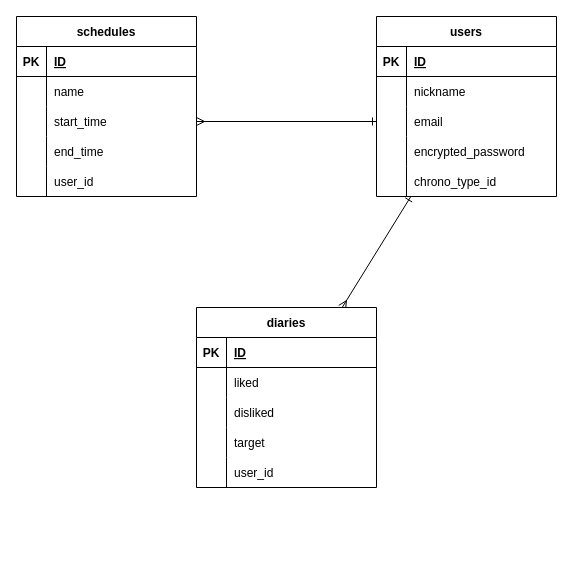
Above: db.dio in tjmax76/suprethm (draw.io), before the change. Source tidied: cells renumbered, new cells numbered last; positions are measured from the earlier drawing's top-left corner, leaving out a move shared by most shapes. Both pictures are drawn from the tidied source at 100%, with x=0, y=0 at pixel (16, 16).
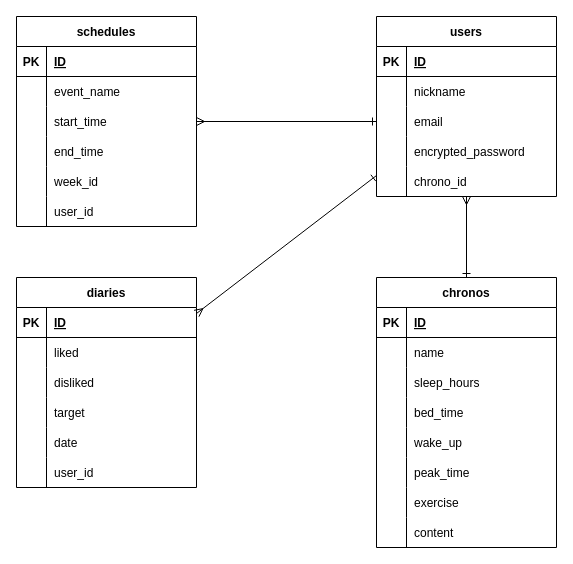
The same diagram, later.

The change refers to these unchanged cells:
```xml
<mxCell id="6" style="shape=tableRow;horizontal=0;startSize=0;swimlaneHead=0;swimlaneBody=0;fillColor=none;top=0;left=0;right=0;bottom=0;" parent="2" vertex="1">
  <mxGeometry y="60" width="180" height="30" as="geometry" />
</mxCell>
<mxCell id="15" style="shape=tableRow;horizontal=0;startSize=0;swimlaneHead=0;swimlaneBody=0;fillColor=none;top=0;left=0;right=0;bottom=0;" parent="2" vertex="1">
  <mxGeometry y="150" width="180" height="30" as="geometry" />
</mxCell>
<mxCell id="19" value="users" style="shape=table;startSize=30;childLayout=tableLayout;rowLines=0;fontStyle=1;align=center;" parent="1" vertex="1">
  <mxGeometry x="360" width="180" height="180" as="geometry" />
</mxCell>
<mxCell id="32" style="shape=tableRow;horizontal=0;startSize=0;swimlaneHead=0;swimlaneBody=0;fillColor=none;top=0;left=0;right=0;bottom=0;" parent="19" vertex="1">
  <mxGeometry y="150" width="180" height="30" as="geometry" />
</mxCell>
<mxCell id="48" style="shape=tableRow;horizontal=0;startSize=0;swimlaneHead=0;swimlaneBody=0;fillColor=none;top=0;left=0;right=0;bottom=0;" parent="35" vertex="1">
  <mxGeometry y="150" width="180" height="30" as="geometry" />
</mxCell>
```

Change to the diagram source:
```diff
@@
     <mxCell id="2" value="schedules" style="shape=table;startSize=30;childLayout=tableLayout;rowLines=0;fontStyle=1;align=center;" parent="1" vertex="1">
-      <mxGeometry width="180" height="180" as="geometry" />
+      <mxGeometry width="180" height="210" as="geometry" />
     </mxCell>
@@
-    <mxCell id="8" value="name" style="shape=partialRectangle;fillColor=none;top=0;left=0;bottom=0;right=0;align=left;spacingLeft=6;overflow=hidden;" parent="6" vertex="1">
+    <mxCell id="8" value="event_name" style="shape=partialRectangle;fillColor=none;top=0;left=0;bottom=0;right=0;align=left;spacingLeft=6;overflow=hidden;" parent="6" vertex="1">
       <mxGeometry x="30" width="150" height="30" as="geometry" />
     </mxCell>
@@
-    <mxCell id="17" value="user_id" style="shape=partialRectangle;fillColor=none;top=0;left=0;bottom=0;right=0;align=left;spacingLeft=6;overflow=hidden;" parent="15" vertex="1">
+    <mxCell id="17" value="week_id" style="shape=partialRectangle;fillColor=none;top=0;left=0;bottom=0;right=0;align=left;spacingLeft=6;overflow=hidden;" parent="15" vertex="1">
       <mxGeometry x="30" width="150" height="30" as="geometry" />
     </mxCell>
+    <mxCell id="52" style="shape=tableRow;horizontal=0;startSize=0;swimlaneHead=0;swimlaneBody=0;fillColor=none;top=0;left=0;right=0;bottom=0;" parent="2" vertex="1">
+      <mxGeometry y="180" width="180" height="30" as="geometry" />
+    </mxCell>
+    <mxCell id="53" style="shape=partialRectangle;fillColor=none;top=0;left=0;bottom=0;right=0;overflow=hidden;" parent="52" vertex="1">
+      <mxGeometry width="30" height="30" as="geometry" />
+    </mxCell>
+    <mxCell id="54" value="user_id" style="shape=partialRectangle;fillColor=none;top=0;left=0;bottom=0;right=0;align=left;spacingLeft=6;overflow=hidden;" parent="52" vertex="1">
+      <mxGeometry x="30" width="150" height="30" as="geometry" />
+    </mxCell>
@@
+    <mxCell id="55" style="edgeStyle=none;html=1;entryX=0.5;entryY=0;entryDx=0;entryDy=0;endArrow=ERone;endFill=0;startArrow=ERmany;startFill=0;" parent="1" edge="1" source="19" target="61">
+      <mxGeometry relative="1" as="geometry" />
+    </mxCell>
@@
-    <mxCell id="34" value="chrono_type_id" style="shape=partialRectangle;fillColor=none;top=0;left=0;bottom=0;right=0;align=left;spacingLeft=6;overflow=hidden;" parent="32" vertex="1">
+    <mxCell id="34" value="chrono_id" style="shape=partialRectangle;fillColor=none;top=0;left=0;bottom=0;right=0;align=left;spacingLeft=6;overflow=hidden;" parent="32" vertex="1">
       <mxGeometry x="30" width="150" height="30" as="geometry" />
     </mxCell>
     <mxCell id="35" value="diaries" style="shape=table;startSize=30;childLayout=tableLayout;rowLines=0;fontStyle=1;align=center;" parent="1" vertex="1">
-      <mxGeometry x="180" y="291" width="180" height="180" as="geometry" />
+      <mxGeometry y="261" width="180" height="210" as="geometry" />
     </mxCell>
@@
-    <mxCell id="50" value="user_id" style="shape=partialRectangle;fillColor=none;top=0;left=0;bottom=0;right=0;align=left;spacingLeft=6;overflow=hidden;" parent="48" vertex="1">
+    <mxCell id="50" value="date" style="shape=partialRectangle;fillColor=none;top=0;left=0;bottom=0;right=0;align=left;spacingLeft=6;overflow=hidden;" parent="48" vertex="1">
       <mxGeometry x="30" width="150" height="30" as="geometry" />
     </mxCell>
+    <mxCell id="56" style="shape=tableRow;horizontal=0;startSize=0;swimlaneHead=0;swimlaneBody=0;fillColor=none;top=0;left=0;right=0;bottom=0;" parent="35" vertex="1">
+      <mxGeometry y="180" width="180" height="30" as="geometry" />
+    </mxCell>
+    <mxCell id="57" style="shape=partialRectangle;fillColor=none;top=0;left=0;bottom=0;right=0;overflow=hidden;" parent="56" vertex="1">
+      <mxGeometry width="30" height="30" as="geometry" />
+    </mxCell>
+    <mxCell id="58" value="user_id" style="shape=partialRectangle;fillColor=none;top=0;left=0;bottom=0;right=0;align=left;spacingLeft=6;overflow=hidden;" parent="56" vertex="1">
+      <mxGeometry x="30" width="150" height="30" as="geometry" />
+    </mxCell>
@@
+    <mxCell id="59" style="shape=tableRow;horizontal=0;startSize=0;swimlaneHead=0;swimlaneBody=0;fillColor=none;top=0;left=0;right=0;bottom=0;" parent="1" vertex="1">
+      <mxGeometry x="150" y="471" width="180" height="30" as="geometry" />
+    </mxCell>
+    <mxCell id="60" style="shape=partialRectangle;fillColor=none;top=0;left=0;bottom=0;right=0;overflow=hidden;" parent="59" vertex="1">
+      <mxGeometry width="30" height="30" as="geometry" />
+    </mxCell>
+    <mxCell id="61" value="chronos" style="shape=table;startSize=30;childLayout=tableLayout;rowLines=0;fontStyle=1;align=center;" parent="1" vertex="1">
+      <mxGeometry x="360" y="261" width="180" height="270" as="geometry" />
+    </mxCell>
+    <mxCell id="62" style="shape=tableRow;horizontal=0;startSize=0;swimlaneHead=0;swimlaneBody=0;fillColor=none;top=0;left=0;right=0;bottom=1;" parent="61" vertex="1">
+      <mxGeometry y="30" width="180" height="30" as="geometry" />
+    </mxCell>
+    <mxCell id="63" value="PK" style="shape=partialRectangle;fillColor=none;top=0;left=0;bottom=0;right=0;fontStyle=1;overflow=hidden;" parent="62" vertex="1">
+      <mxGeometry width="30" height="30" as="geometry" />
+    </mxCell>
+    <mxCell id="64" value="ID" style="shape=partialRectangle;fillColor=none;top=0;left=0;bottom=0;right=0;align=left;spacingLeft=6;fontStyle=5;overflow=hidden;" parent="62" vertex="1">
+      <mxGeometry x="30" width="150" height="30" as="geometry" />
+    </mxCell>
+    <mxCell id="65" style="shape=tableRow;horizontal=0;startSize=0;swimlaneHead=0;swimlaneBody=0;fillColor=none;top=0;left=0;right=0;bottom=0;" parent="61" vertex="1">
+      <mxGeometry y="60" width="180" height="30" as="geometry" />
+    </mxCell>
+    <mxCell id="66" style="shape=partialRectangle;fillColor=none;top=0;left=0;bottom=0;right=0;overflow=hidden;" parent="65" vertex="1">
+      <mxGeometry width="30" height="30" as="geometry" />
+    </mxCell>
+    <mxCell id="67" value="name " style="shape=partialRectangle;fillColor=none;top=0;left=0;bottom=0;right=0;align=left;spacingLeft=6;overflow=hidden;" parent="65" vertex="1">
+      <mxGeometry x="30" width="150" height="30" as="geometry" />
+    </mxCell>
+    <mxCell id="68" style="shape=tableRow;horizontal=0;startSize=0;swimlaneHead=0;swimlaneBody=0;fillColor=none;top=0;left=0;right=0;bottom=0;" parent="61" vertex="1">
+      <mxGeometry y="90" width="180" height="30" as="geometry" />
+    </mxCell>
+    <mxCell id="69" style="shape=partialRectangle;fillColor=none;top=0;left=0;bottom=0;right=0;overflow=hidden;" parent="68" vertex="1">
+      <mxGeometry width="30" height="30" as="geometry" />
+    </mxCell>
+    <mxCell id="70" value="sleep_hours" style="shape=partialRectangle;fillColor=none;top=0;left=0;bottom=0;right=0;align=left;spacingLeft=6;overflow=hidden;" parent="68" vertex="1">
+      <mxGeometry x="30" width="150" height="30" as="geometry" />
+    </mxCell>
+    <mxCell id="71" style="shape=tableRow;horizontal=0;startSize=0;swimlaneHead=0;swimlaneBody=0;fillColor=none;top=0;left=0;right=0;bottom=0;" parent="61" vertex="1">
+      <mxGeometry y="120" width="180" height="30" as="geometry" />
+    </mxCell>
+    <mxCell id="72" style="shape=partialRectangle;fillColor=none;top=0;left=0;bottom=0;right=0;overflow=hidden;" parent="71" vertex="1">
+      <mxGeometry width="30" height="30" as="geometry" />
+    </mxCell>
+    <mxCell id="73" value="bed_time" style="shape=partialRectangle;fillColor=none;top=0;left=0;bottom=0;right=0;align=left;spacingLeft=6;overflow=hidden;" parent="71" vertex="1">
+      <mxGeometry x="30" width="150" height="30" as="geometry" />
+    </mxCell>
+    <mxCell id="74" style="shape=tableRow;horizontal=0;startSize=0;swimlaneHead=0;swimlaneBody=0;fillColor=none;top=0;left=0;right=0;bottom=0;" parent="61" vertex="1">
+      <mxGeometry y="150" width="180" height="30" as="geometry" />
+    </mxCell>
+    <mxCell id="75" style="shape=partialRectangle;fillColor=none;top=0;left=0;bottom=0;right=0;overflow=hidden;" parent="74" vertex="1">
+      <mxGeometry width="30" height="30" as="geometry" />
+    </mxCell>
+    <mxCell id="76" value="wake_up" style="shape=partialRectangle;fillColor=none;top=0;left=0;bottom=0;right=0;align=left;spacingLeft=6;overflow=hidden;" parent="74" vertex="1">
+      <mxGeometry x="30" width="150" height="30" as="geometry" />
+    </mxCell>
+    <mxCell id="77" style="shape=tableRow;horizontal=0;startSize=0;swimlaneHead=0;swimlaneBody=0;fillColor=none;top=0;left=0;right=0;bottom=0;" parent="61" vertex="1">
+      <mxGeometry y="180" width="180" height="30" as="geometry" />
+    </mxCell>
+    <mxCell id="78" style="shape=partialRectangle;fillColor=none;top=0;left=0;bottom=0;right=0;overflow=hidden;" parent="77" vertex="1">
+      <mxGeometry width="30" height="30" as="geometry" />
+    </mxCell>
+    <mxCell id="79" value="peak_time" style="shape=partialRectangle;fillColor=none;top=0;left=0;bottom=0;right=0;align=left;spacingLeft=6;overflow=hidden;" parent="77" vertex="1">
+      <mxGeometry x="30" width="150" height="30" as="geometry" />
+    </mxCell>
+    <mxCell id="80" style="shape=tableRow;horizontal=0;startSize=0;swimlaneHead=0;swimlaneBody=0;fillColor=none;top=0;left=0;right=0;bottom=0;" parent="61" vertex="1">
+      <mxGeometry y="210" width="180" height="30" as="geometry" />
+    </mxCell>
+    <mxCell id="81" style="shape=partialRectangle;fillColor=none;top=0;left=0;bottom=0;right=0;overflow=hidden;" parent="80" vertex="1">
+      <mxGeometry width="30" height="30" as="geometry" />
+    </mxCell>
+    <mxCell id="82" value="exercise" style="shape=partialRectangle;fillColor=none;top=0;left=0;bottom=0;right=0;align=left;spacingLeft=6;overflow=hidden;" parent="80" vertex="1">
+      <mxGeometry x="30" width="150" height="30" as="geometry" />
+    </mxCell>
+    <mxCell id="83" style="shape=tableRow;horizontal=0;startSize=0;swimlaneHead=0;swimlaneBody=0;fillColor=none;top=0;left=0;right=0;bottom=0;" parent="61" vertex="1">
+      <mxGeometry y="240" width="180" height="30" as="geometry" />
+    </mxCell>
+    <mxCell id="84" style="shape=partialRectangle;fillColor=none;top=0;left=0;bottom=0;right=0;overflow=hidden;" parent="83" vertex="1">
+      <mxGeometry width="30" height="30" as="geometry" />
+    </mxCell>
+    <mxCell id="85" value="content" style="shape=partialRectangle;fillColor=none;top=0;left=0;bottom=0;right=0;align=left;spacingLeft=6;overflow=hidden;" parent="83" vertex="1">
+      <mxGeometry x="30" width="150" height="30" as="geometry" />
+    </mxCell>
```
